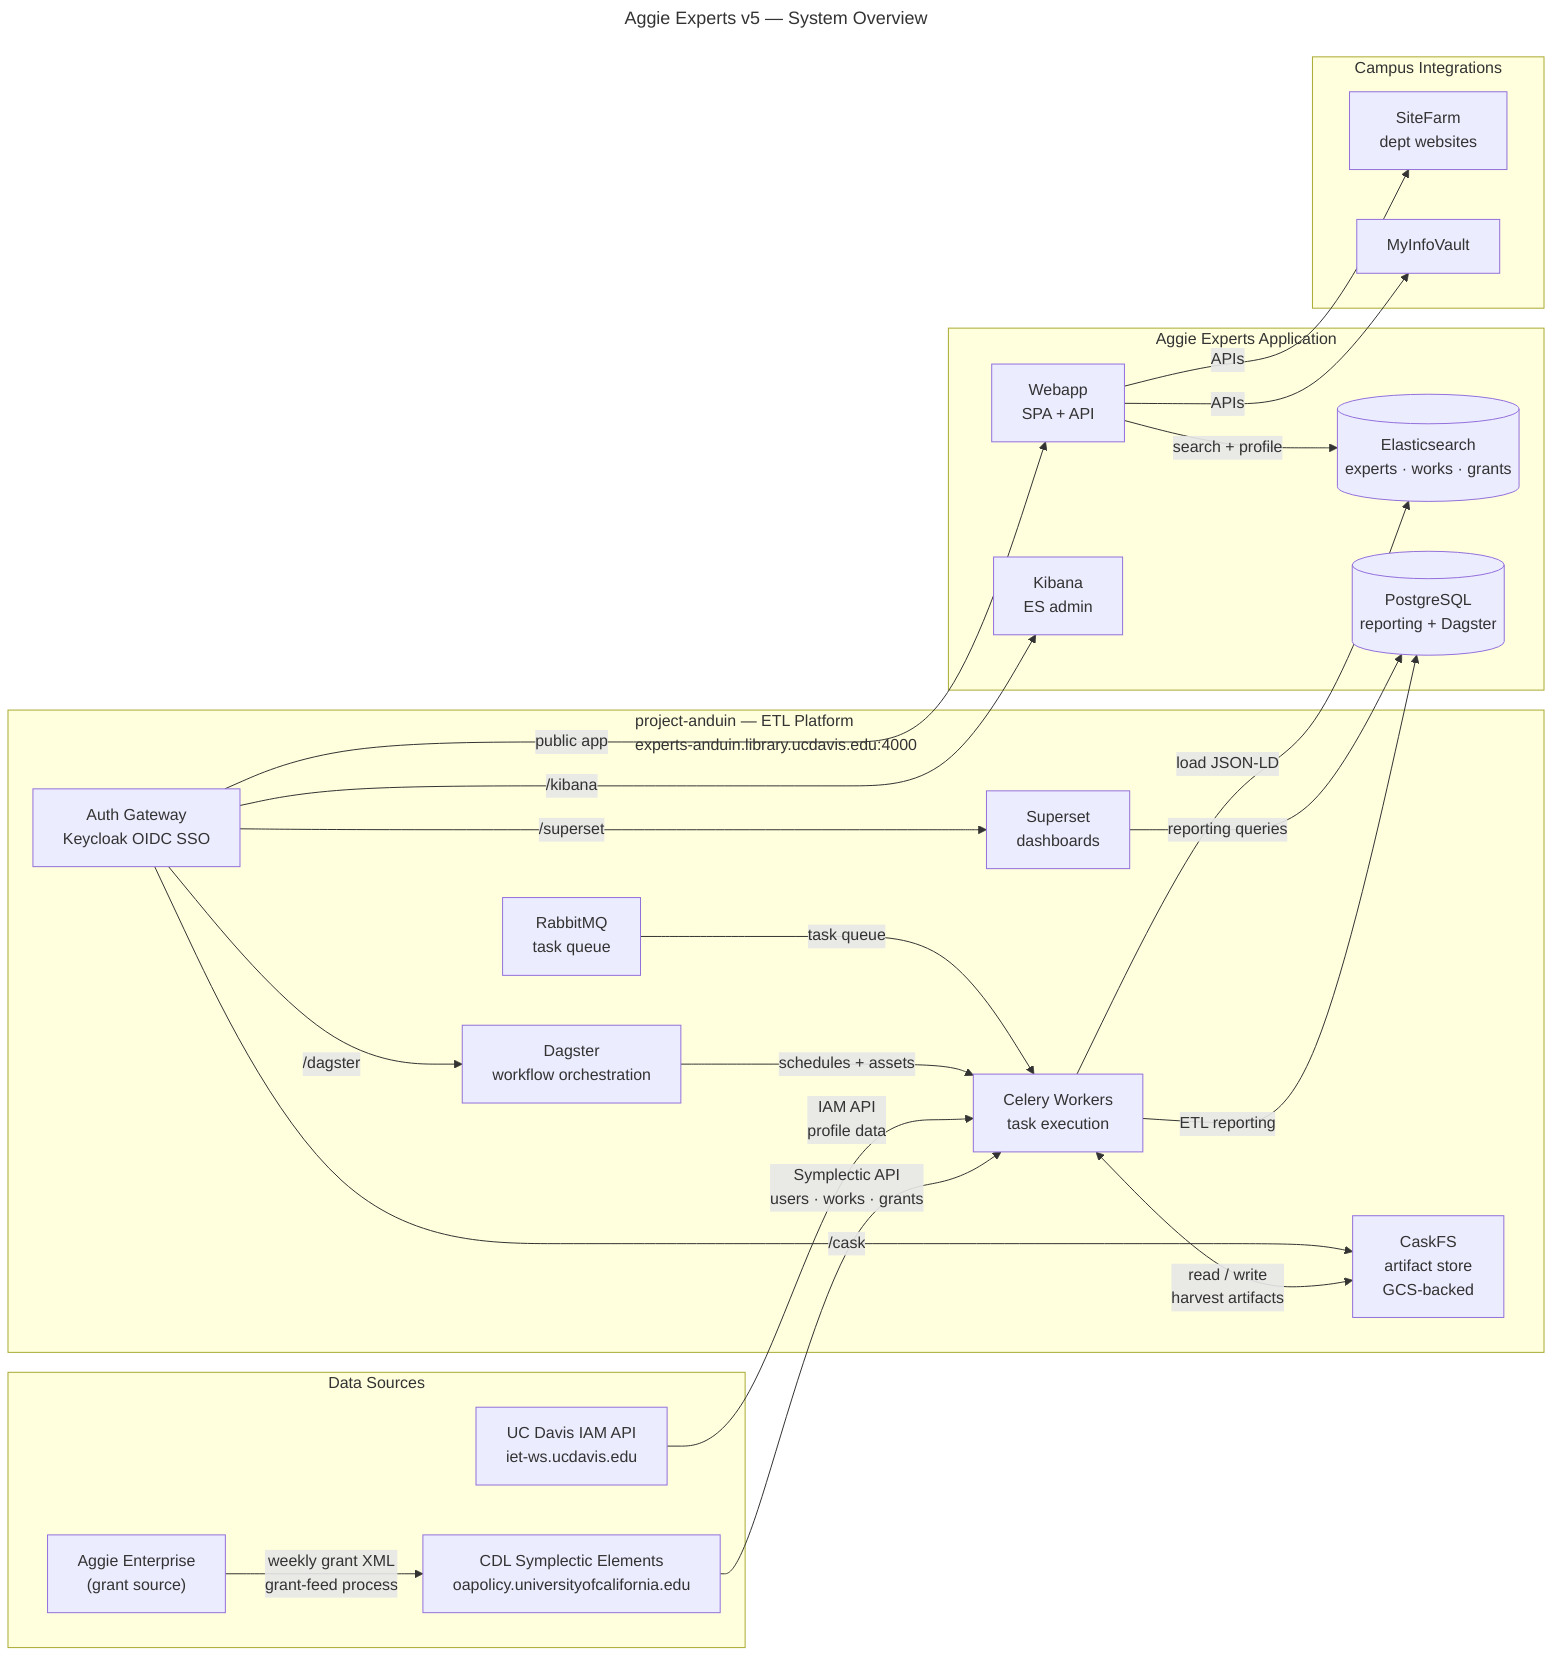
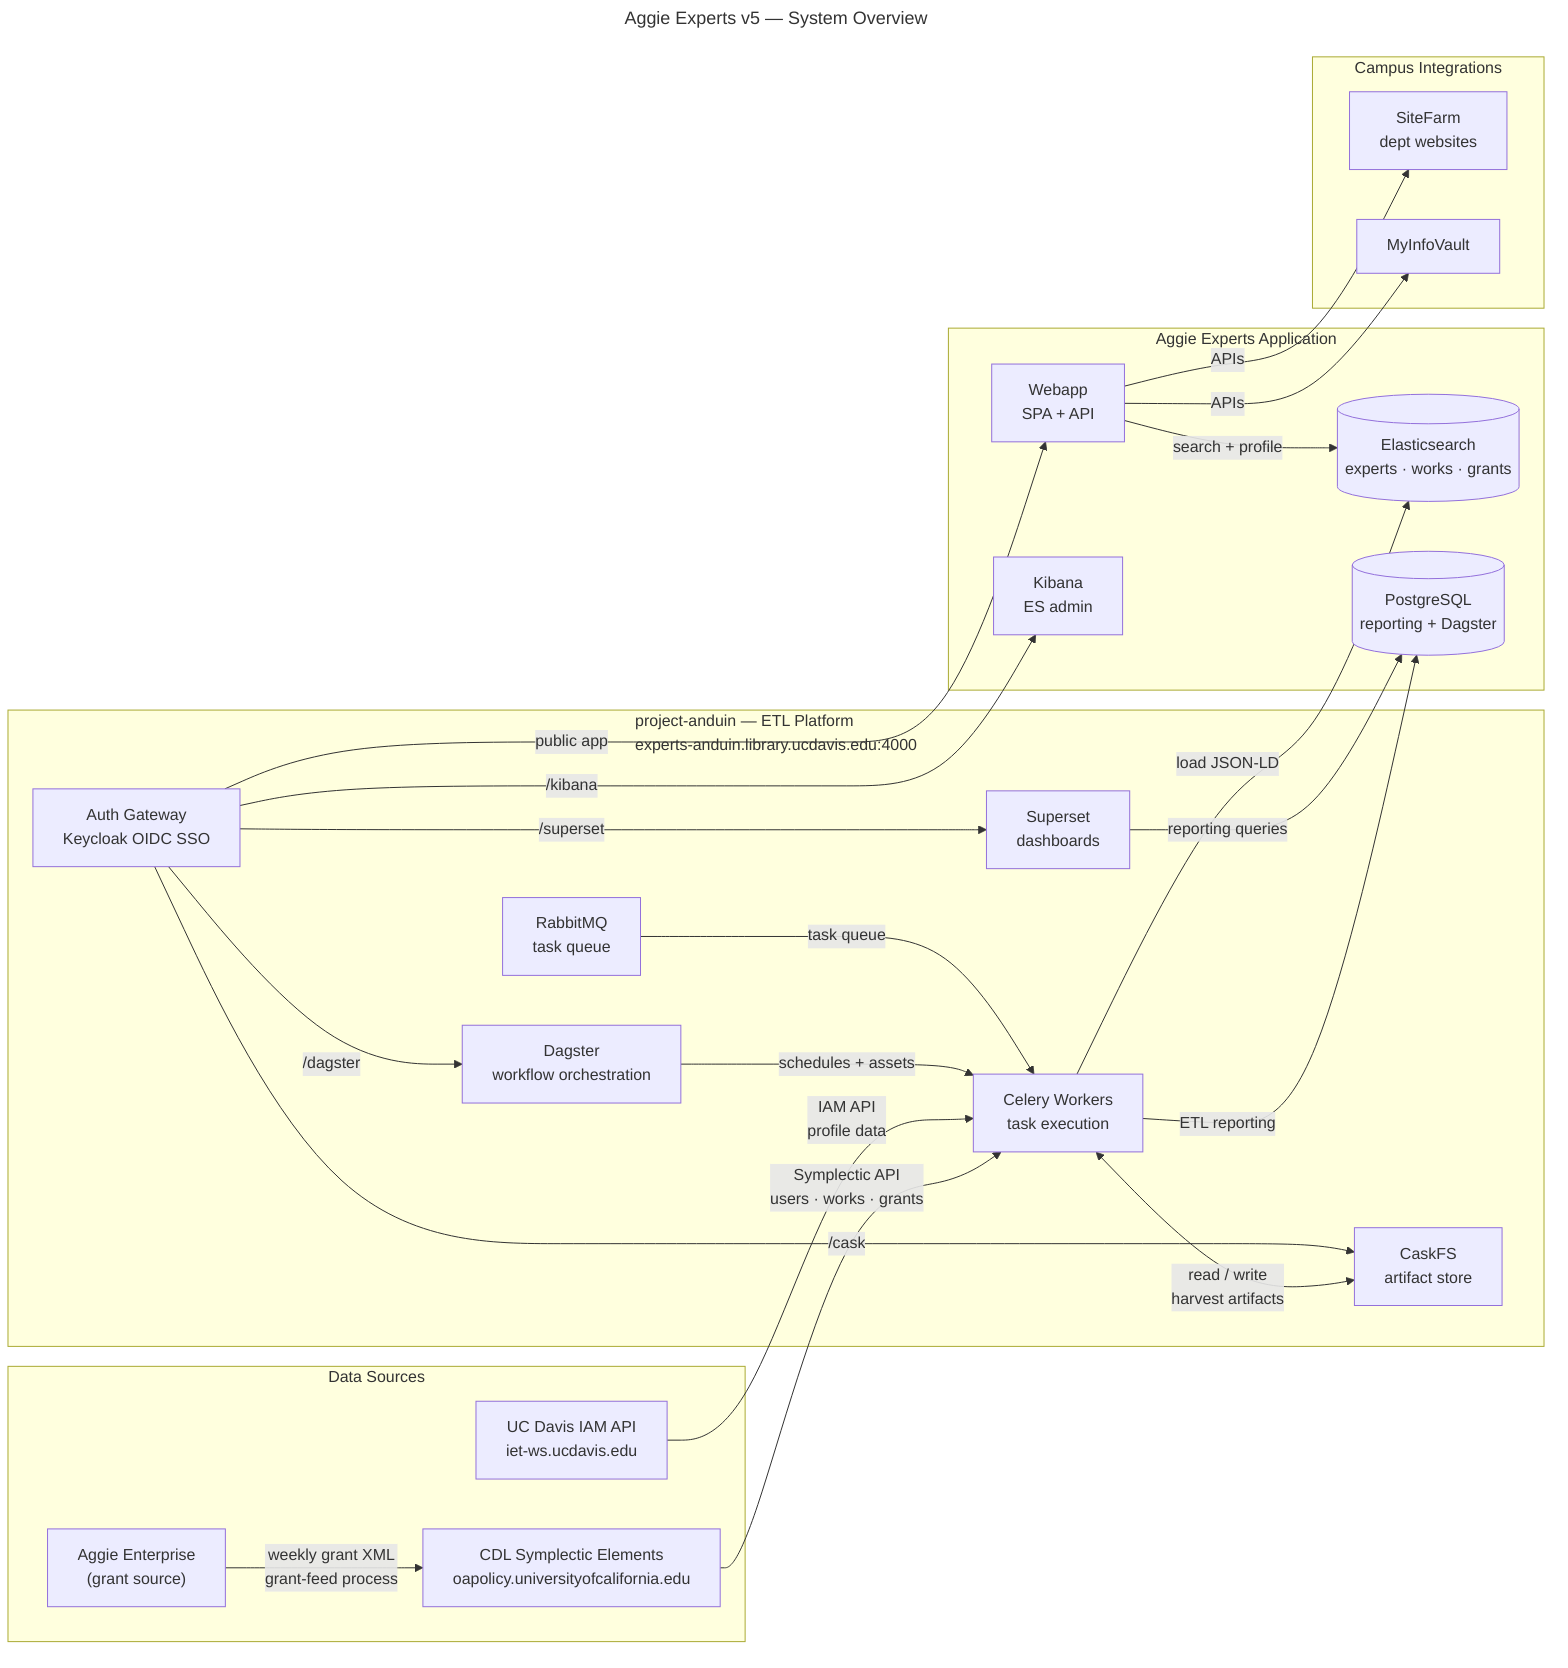
---
title: Aggie Experts v5 — System Overview
---
flowchart LR
    subgraph Sources ["Data Sources"]
        CDL["CDL Symplectic Elements\noapolicy.universityofcalifornia.edu"]
        IAM["UC Davis IAM API\niet-ws.ucdavis.edu"]
        AE_ENT["Aggie Enterprise\n(grant source)"]
    end

    subgraph Anduin ["project-anduin — ETL Platform\nexperts-anduin.library.ucdavis.edu:4000"]
        GW["Auth Gateway\nKeycloak OIDC SSO"]
        DAG["Dagster\nworkflow orchestration"]
        WORKERS["Celery Workers\ntask execution"]
        MQ["RabbitMQ\ntask queue"]
-         CASK["CaskFS\nartifact store\nGCS-backed"]
+         CASK["CaskFS\nartifact store"]
        SUP["Superset\ndashboards"]
    end

    subgraph AEApp ["Aggie Experts Application"]
        ES[("Elasticsearch\nexperts · works · grants")]
        WEBAPP["Webapp\nSPA + API"]
        KB["Kibana\nES admin"]
        PG[("PostgreSQL\nreporting + Dagster")]
    end

    subgraph Campus ["Campus Integrations"]
        SF["SiteFarm\ndept websites"]
        MIV["MyInfoVault"]
    end

    AE_ENT -->|"weekly grant XML\ngrant-feed process"| CDL
    CDL -->|"Symplectic API\nusers · works · grants"| WORKERS
    IAM -->|"IAM API\nprofile data"| WORKERS

    DAG -->|"schedules + assets"| WORKERS
    MQ -->|"task queue"| WORKERS
    WORKERS <-->|"read / write\nharvest artifacts"| CASK
    WORKERS -->|"load JSON-LD"| ES
    WORKERS -->|"ETL reporting"| PG

    GW -->|"/dagster"| DAG
    GW -->|"/cask"| CASK
    GW -->|"/superset"| SUP
    GW -->|"/kibana"| KB
    GW -->|"public app"| WEBAPP

    SUP -->|"reporting queries"| PG
    WEBAPP -->|"search + profile"| ES
    WEBAPP -->|"APIs"| SF
    WEBAPP -->|"APIs"| MIV
